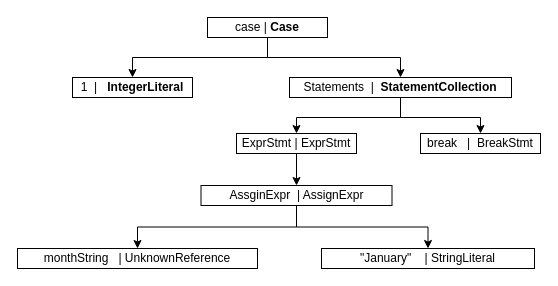
The draw.io diagram Java/Case.drawio in checkmarx-ts/CxDOM-Types, before the edit. Source tidied: cells renumbered, new cells numbered last; positions are measured from the earlier drawing's top-left corner, leaving out a move shared by most shapes. Both pictures are drawn from the tidied source at 100%, with x=0, y=0 at pixel (17, 17).
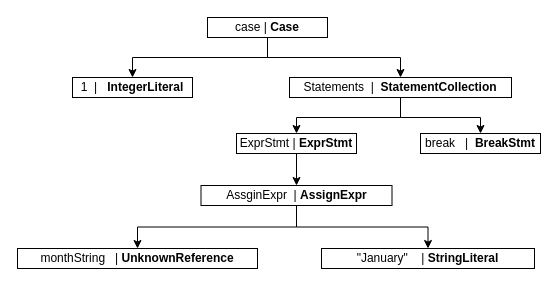
The same page after the edit.

What changed in the source:
```diff
@@
 <mxGraphModel>
   <root>
     <mxCell id="0" />
     <mxCell id="1" parent="0" />
     <mxCell id="2" style="edgeStyle=orthogonalEdgeStyle;rounded=0;jettySize=auto;html=1;exitX=0.5;exitY=1;exitDx=0;exitDy=0;entryX=0.5;entryY=0;entryDx=0;entryDy=0;" parent="1" edge="1" source="4" target="5">
       <mxGeometry relative="1" as="geometry" />
     </mxCell>
     <mxCell id="3" style="edgeStyle=orthogonalEdgeStyle;rounded=0;jettySize=auto;html=1;exitX=0.5;exitY=1;exitDx=0;exitDy=0;" parent="1" edge="1" source="4" target="8">
       <mxGeometry relative="1" as="geometry" />
     </mxCell>
     <mxCell id="4" value="case | &lt;b&gt;Case&lt;/b&gt;" style="rounded=0;whiteSpace=wrap;html=1;" parent="1" vertex="1">
       <mxGeometry x="190" width="120" height="20" as="geometry" />
     </mxCell>
     <mxCell id="5" value="1&amp;nbsp; |&amp;nbsp; &amp;nbsp;&lt;b&gt;IntegerLiteral&lt;/b&gt;" style="rounded=0;whiteSpace=wrap;html=1;" parent="1" vertex="1">
       <mxGeometry x="55" y="60" width="120" height="20" as="geometry" />
     </mxCell>
     <mxCell id="6" style="edgeStyle=orthogonalEdgeStyle;rounded=0;jettySize=auto;html=1;exitX=0.5;exitY=1;exitDx=0;exitDy=0;entryX=0.5;entryY=0;entryDx=0;entryDy=0;" parent="1" edge="1" source="8" target="11">
       <mxGeometry relative="1" as="geometry" />
     </mxCell>
     <mxCell id="7" style="edgeStyle=orthogonalEdgeStyle;rounded=0;jettySize=auto;html=1;exitX=0.5;exitY=1;exitDx=0;exitDy=0;entryX=0.5;entryY=0;entryDx=0;entryDy=0;" parent="1" edge="1" source="8" target="10">
       <mxGeometry relative="1" as="geometry" />
     </mxCell>
     <mxCell id="8" value="Statements&amp;nbsp; |&amp;nbsp; &lt;b&gt;StatementCollection&lt;/b&gt;" style="rounded=0;whiteSpace=wrap;html=1;" parent="1" vertex="1">
       <mxGeometry x="272" y="60" width="222" height="20" as="geometry" />
     </mxCell>
     <mxCell id="9" style="edgeStyle=orthogonalEdgeStyle;rounded=0;jettySize=auto;html=1;exitX=0.5;exitY=1;exitDx=0;exitDy=0;entryX=0.5;entryY=0;entryDx=0;entryDy=0;" parent="1" edge="1" source="10" target="14">
       <mxGeometry relative="1" as="geometry" />
     </mxCell>
-    <mxCell id="10" value="ExprStmt | ExprStmt" style="rounded=0;whiteSpace=wrap;html=1;" parent="1" vertex="1">
+    <mxCell id="10" value="ExprStmt | &lt;b&gt;ExprStmt&lt;/b&gt;" style="rounded=0;whiteSpace=wrap;html=1;" parent="1" vertex="1">
       <mxGeometry x="219" y="116" width="120" height="20" as="geometry" />
     </mxCell>
-    <mxCell id="11" value="break&amp;nbsp; &amp;nbsp;|&amp;nbsp; BreakStmt" style="rounded=0;whiteSpace=wrap;html=1;" parent="1" vertex="1">
+    <mxCell id="11" value="break&amp;nbsp; &amp;nbsp;|&amp;nbsp; &lt;b&gt;BreakStmt&lt;/b&gt;" style="rounded=0;whiteSpace=wrap;html=1;" parent="1" vertex="1">
       <mxGeometry x="403" y="116" width="120" height="20" as="geometry" />
     </mxCell>
     <mxCell id="12" style="edgeStyle=orthogonalEdgeStyle;rounded=0;jettySize=auto;html=1;exitX=0.5;exitY=1;exitDx=0;exitDy=0;entryX=0.5;entryY=0;entryDx=0;entryDy=0;" parent="1" edge="1" source="14" target="15">
       <mxGeometry relative="1" as="geometry" />
     </mxCell>
     <mxCell id="13" style="edgeStyle=orthogonalEdgeStyle;rounded=0;jettySize=auto;html=1;exitX=0.5;exitY=1;exitDx=0;exitDy=0;entryX=0.5;entryY=0;entryDx=0;entryDy=0;" parent="1" edge="1" source="14" target="16">
       <mxGeometry relative="1" as="geometry" />
     </mxCell>
-    <mxCell id="14" value="AssginExpr&amp;nbsp; | AssignExpr" style="rounded=0;whiteSpace=wrap;html=1;" parent="1" vertex="1">
+    <mxCell id="14" value="AssginExpr&amp;nbsp; | &lt;b&gt;AssignExpr&lt;/b&gt;" style="rounded=0;whiteSpace=wrap;html=1;" parent="1" vertex="1">
       <mxGeometry x="183.5" y="168" width="191" height="20" as="geometry" />
     </mxCell>
-    <mxCell id="15" value="monthString&amp;nbsp; &amp;nbsp;| UnknownReference" style="rounded=0;whiteSpace=wrap;html=1;" parent="1" vertex="1">
+    <mxCell id="15" value="monthString&amp;nbsp; &amp;nbsp;| &lt;b&gt;UnknownReference&lt;/b&gt;" style="rounded=0;whiteSpace=wrap;html=1;" parent="1" vertex="1">
       <mxGeometry y="231" width="240" height="20" as="geometry" />
     </mxCell>
-    <mxCell id="16" value="&quot;January&quot;&amp;nbsp; &amp;nbsp; | StringLiteral" style="rounded=0;whiteSpace=wrap;html=1;" parent="1" vertex="1">
+    <mxCell id="16" value="&quot;January&quot;&amp;nbsp; &amp;nbsp; | &lt;b&gt;StringLiteral&lt;/b&gt;" style="rounded=0;whiteSpace=wrap;html=1;" parent="1" vertex="1">
       <mxGeometry x="304" y="231" width="213" height="20" as="geometry" />
     </mxCell>
   </root>
 </mxGraphModel>
```
